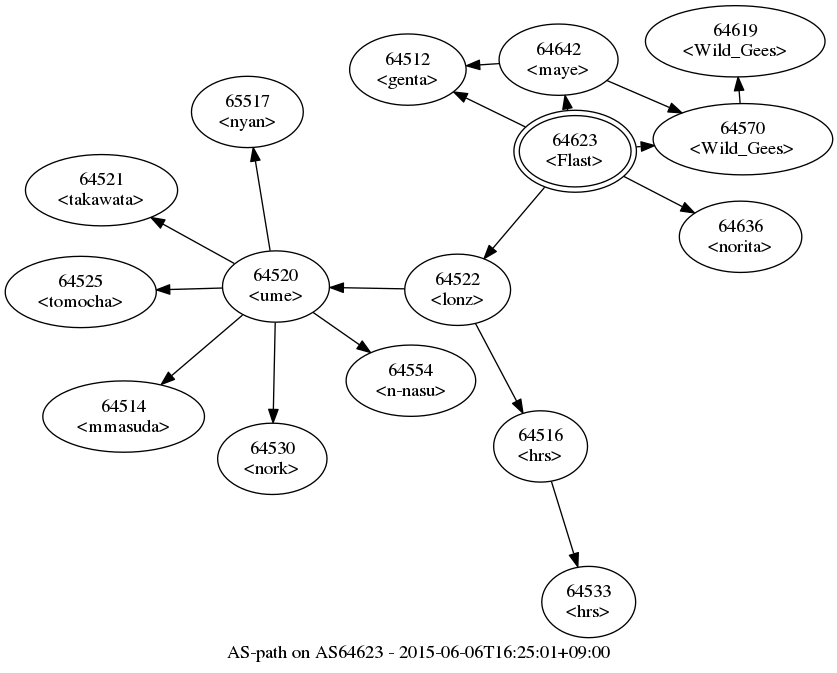
The Graphviz diagram aspath/as64623.png in Flast/flast.github.io, before a commit. Its source is kept beside it as aspath/as64623.gv.
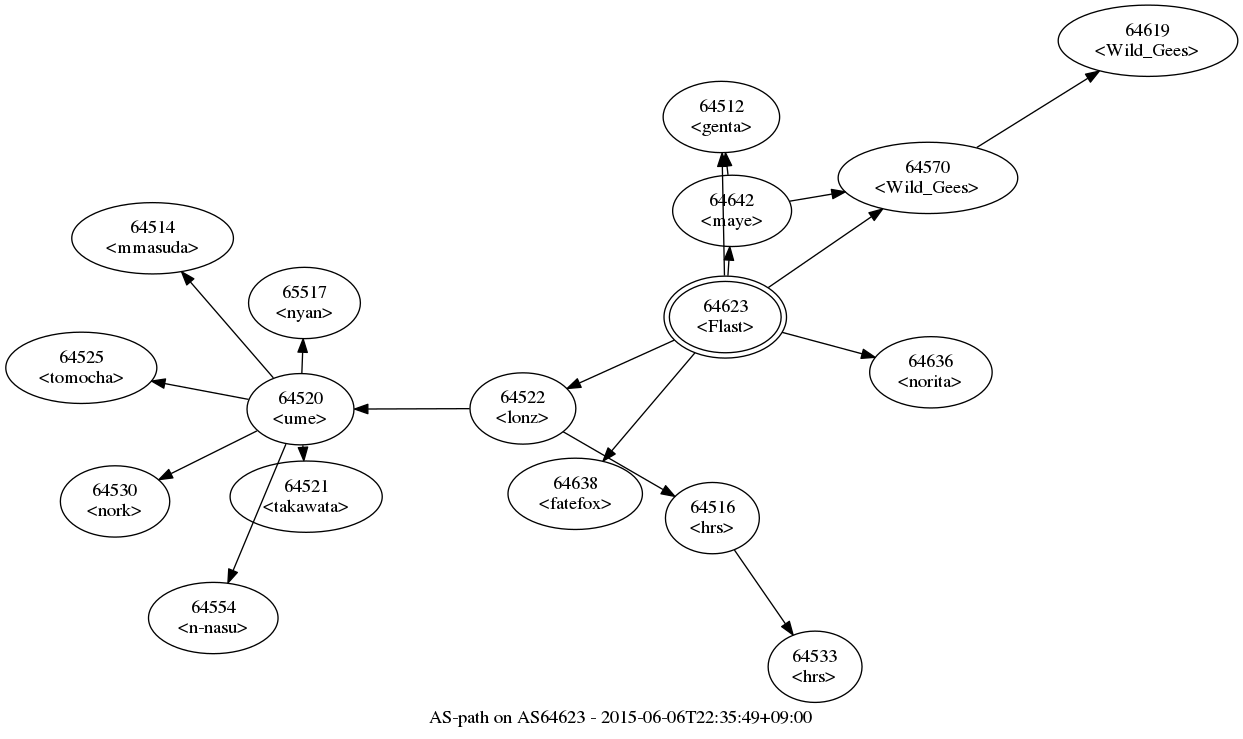
Later version of the same file.

The edit, as a diff of the source:
```diff
@@ -1,93 +1,98 @@
 digraph aspath {
-	graph [bb="0,-23,620,474",
+	graph [bb="0,-23,924,523",
 		center="",
-		label="AS-path on AS64623 - 2015-06-06T16:25:01+09:00",
+		label="AS-path on AS64623 - 2015-06-06T22:35:49+09:00",
 		layout=fdp,
 		lheight=0.21,
-		lp="310,-11.5",
+		lp="462,-11.5",
 		lwidth=4.00
 	];
 	node [label="\N"];
 	64623	 [height=0.8575,
 		label="64623\n<Flast>",
 		peripheries=2,
-		pos="427.37,364.56",
+		pos="539.94,289.18",
 		width=1.27];
 	64522	 [height=0.74639,
 		label="64522\n<lonz>",
-		pos="339.25,260.65",
+		pos="388.19,220.64",
 		width=1.0999];
-	64623 -> 64522	 [pos="e,359.06,284.02 404.45,337.53 392.57,323.53 378.01,306.36 365.66,291.8"];
+	64623 -> 64522	 [pos="e,421.32,235.6 501.65,271.88 479.99,262.1 452.85,249.84 430.55,239.77"];
 	64642	 [height=0.74639,
 		label="64642\n<maye>",
-		pos="414.92,433.24",
+		pos="545.08,368.85",
 		width=1.2374];
-	64623 -> 64642	 [pos="e,419.79,406.42 421.8,395.28 421.74,395.63 421.68,395.98 421.61,396.33"];
+	64623 -> 64642	 [pos="e,543.35,341.92 541.95,320.21 542.19,324.02 542.44,327.94 542.69,331.82"];
 	64570	 [height=0.74639,
 		label="64570\n<Wild_Gees>",
-		pos="553.2,373.59",
+		pos="691.96,393.57",
 		width=1.866];
-	64623 -> 64570	 [pos="e,486.93,368.83 473.16,367.84 474.28,367.93 475.41,368.01 476.55,368.09"];
+	64623 -> 64570	 [pos="e,657.92,370.2 572.18,311.32 594.71,326.79 625.03,347.61 649.52,364.43"];
 	64512	 [height=0.74639,
 		label="64512\n<genta>",
-		pos="301.9,425.8",
+		pos="537.05,439.26",
 		width=1.2178];
-	64623 -> 64512	 [pos="e,336.28,409.02 390.07,382.77 376.08,389.59 360.07,397.41 345.56,404.49"];
+	64623 -> 64512	 [pos="e,537.57,412.23 539.34,320.28 538.89,344.02 538.25,376.82 537.77,401.97"];
 	64636	 [height=0.74639,
 		label="64636\n<norita>",
-		pos="551.43,300.41",
+		pos="694.18,247.77",
 		width=1.2767];
-	64623 -> 64636	 [pos="e,516.84,318.29 463.92,345.66 477.64,338.56 493.38,330.43 507.68,323.03"];
+	64623 -> 64636	 [pos="e,652.3,259.01 582.5,277.75 601.11,272.76 623.11,266.85 642.64,261.61"];
+	64638	 [height=0.74639,
+		label="64638\n<fatefox>",
+		pos="427.41,156.62",
+		width=1.3946];
+	64623 -> 64638	 [pos="e,448.25,181.17 517.17,262.35 499.13,241.1 473.87,211.35 454.74,188.81"];
 	64520	 [height=0.74639,
 		label="64520\n<ume>",
-		pos="202.98,263.11",
+		pos="221.38,220.09",
 		width=1.1196];
-	64522 -> 64520	 [pos="e,243.52,262.38 299.47,261.37 285.17,261.63 268.85,261.92 253.74,262.19"];
+	64522 -> 64520	 [pos="e,261.87,220.22 348.23,220.51 325.38,220.43 296.48,220.34 272.04,220.25"];
 	64516	 [height=0.74639,
 		label="64516\n<hrs>",
-		pos="401.44,143.17",
+		pos="530.3,138.41",
 		width=0.98209];
-	64522 -> 64516	 [pos="e,388.19,168.21 352.74,235.16 361.73,218.19 373.64,195.69 383.43,177.19"];
+	64522 -> 64516	 [pos="e,502.14,154.7 418.33,203.2 440.19,190.55 469.9,173.36 493.22,159.86"];
 	64514	 [height=0.74639,
 		label="64514\n<mmasuda>",
-		pos="88.738,165.57",
+		pos="110.45,348.29",
 		width=1.6892];
-	64520 -> 64514	 [pos="e,116.96,189.67 177.91,241.7 162.31,228.38 141.98,211.02 124.67,196.25"];
+	64520 -> 64514	 [pos="e,132.18,323.17 201.03,243.6 183.57,263.77 158.23,293.06 138.79,315.53"];
 	64521	 [height=0.74639,
 		label="64521\n<takawata>",
-		pos="72.151,335.35",
+		pos="225.62,154.5",
 		width=1.591];
-	64520 -> 64521	 [pos="e,109.28,314.85 171.65,280.41 155.68,289.23 135.96,300.12 118.29,309.87"];
+	64520 -> 64521	 [pos="e,223.88,181.49 223.13,193.03 223.16,192.55 223.19,192.07 223.22,191.6"];
 	64525	 [height=0.74639,
 		label="64525\n<tomocha>",
-		pos="56.57,259.01",
+		pos="56.986,251.13",
 		width=1.5713];
-	64520 -> 64525	 [pos="e,113.27,260.6 162.59,261.98 150.45,261.64 136.79,261.26 123.41,260.88"];
+	64520 -> 64525	 [pos="e,109.66,241.18 182.42,227.44 163.65,230.99 140.67,235.33 119.54,239.32"];
 	64530	 [height=0.74639,
 		label="64530\n<nork>",
-		pos="200.24,133.87",
+		pos="82.29,150.92",
 		width=1.1392];
-	64520 -> 64530	 [pos="e,200.82,160.93 202.41,236.02 202.01,217.15 201.47,191.75 201.03,170.99"];
+	64520 -> 64530	 [pos="e,115.18,167.28 188.77,203.87 169.55,194.31 145.03,182.12 124.37,171.85"];
 	64554	 [height=0.74639,
 		label="64554\n<n-nasu>",
-		pos="304.18,192.47",
+		pos="155.96,63.478",
 		width=1.3553];
-	64520 -> 64554	 [pos="e,273.87,213.63 230.91,243.62 241.64,236.13 254.09,227.44 265.65,219.37"];
+	64520 -> 64554	 [pos="e,166.94,89.776 210.43,193.87 199.58,167.9 182.88,127.93 170.84,99.094"];
 	65517	 [height=0.74639,
 		label="65517\n<nyan>",
-		pos="181.53,394.04",
+		pos="224.36,299.76",
 		width=1.1589];
-	64520 -> 65517	 [pos="e,185.92,367.26 198.59,289.92 195.41,309.34 191.07,335.82 187.56,357.22"];
+	64520 -> 65517	 [pos="e,223.35,272.81 222.38,247.06 222.57,252.12 222.78,257.49 222.97,262.8"];
 	64533	 [height=0.74639,
 		label="64533\n<hrs>",
-		pos="437.55,26.481",
+		pos="607.31,26.917",
 		width=0.98209];
-	64516 -> 64533	 [pos="e,429.35,52.985 409.55,116.98 414.48,101.03 420.86,80.413 426.28,62.888"];
-	64642 -> 64570	 [pos="e,507.46,393.32 451.26,417.57 465.5,411.42 482.17,404.23 497.85,397.47"];
-	64642 -> 64512	 [pos="e,345.75,428.68 370.58,430.32 365.73,430 360.76,429.67 355.81,429.35"];
+	64516 -> 64533	 [pos="e,590.82,50.795 546.82,114.49 557.99,98.325 572.86,76.789 585.07,59.118"];
+	64642 -> 64570	 [pos="e,629.95,383.13 588.36,376.13 598.33,377.81 609.21,379.64 620.04,381.47"];
+	64642 -> 64512	 [pos="e,540.11,412.43 542,395.87 541.76,397.99 541.51,400.16 541.26,402.33"];
 	64619	 [height=0.74639,
 		label="64619\n<Wild_Gees>",
-		pos="547.43,447.02",
+		pos="857,496.43",
 		width=1.866];
-	64570 -> 64619	 [pos="e,549.55,420.09 551.09,400.51 550.84,403.61 550.59,406.8 550.34,409.99"];
+	64570 -> 64619	 [pos="e,820.47,473.67 728.59,416.4 753.16,431.71 785.69,451.99 811.86,468.3"];
 }
```
